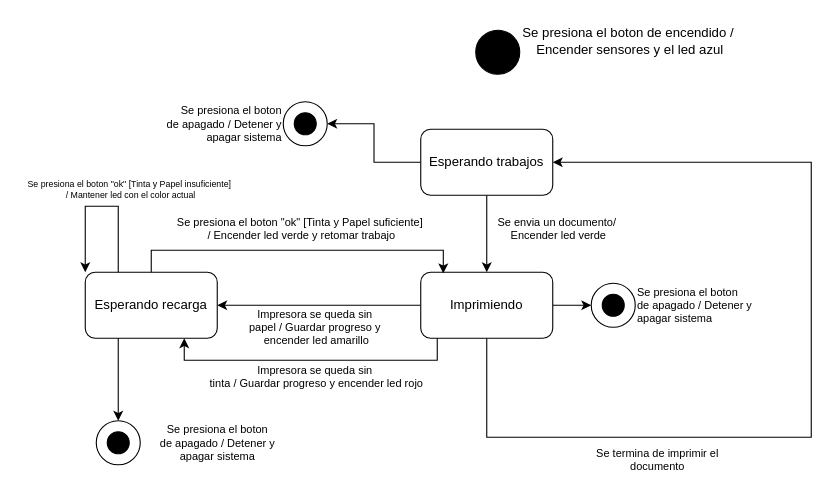
This is DTE /Ejercicio_Adicional_2.drawio from imnotsetro/IDS-1, a draw.io file, before an edit. Source tidied: cells renumbered, new cells numbered last; positions are measured from the earlier drawing's top-left corner, leaving out a move shared by most shapes. Both pictures are drawn from the tidied source at 110%, with x=0, y=0 at pixel (19, 19).
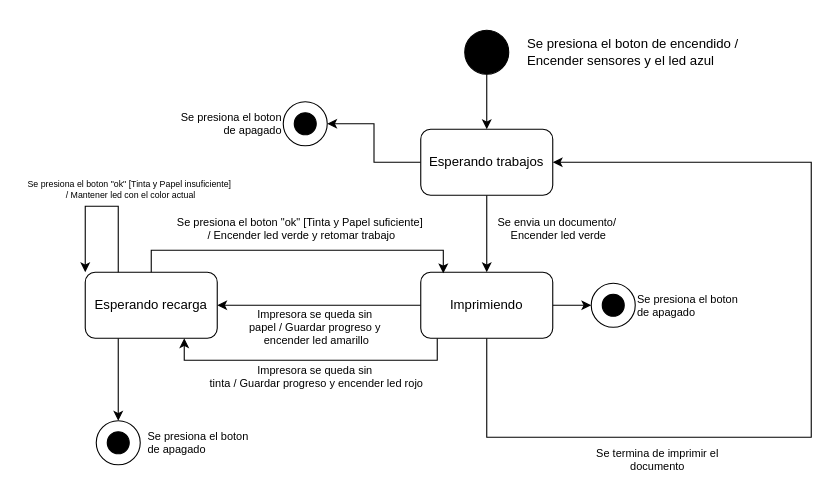
The same diagram, later.

Unchanged cells that the change refers to:
```xml
<mxCell id="4" value="Esperando trabajos" style="rounded=1;whiteSpace=wrap;html=1;" parent="1" vertex="1">
  <mxGeometry x="365" y="100" width="120" height="60" as="geometry" />
</mxCell>
```

Diff of the diagram source:
```diff
@@
-    <mxCell id="5" value="&lt;div&gt;Se presiona el boton de encendido /&amp;nbsp;&lt;/div&gt;&lt;div&gt;Encender sensores y el led azul&lt;/div&gt;" style="text;html=1;align=center;verticalAlign=middle;strokeColor=none;fillColor=none;" parent="1" vertex="1">
-      <mxGeometry x="445" width="220" height="40" as="geometry" />
+    <mxCell id="5" value="&lt;div&gt;Se presiona el boton de encendido /&amp;nbsp;&lt;/div&gt;&lt;div&gt;Encender sensores y el led azul&lt;/div&gt;" style="text;html=1;align=left;verticalAlign=middle;strokeColor=none;fillColor=none;" parent="1" vertex="1">
+      <mxGeometry x="460" y="10" width="220" height="40" as="geometry" />
     </mxCell>
@@
+    <mxCell id="33" style="edgeStyle=orthogonalEdgeStyle;rounded=0;jettySize=auto;html=1;" parent="1" edge="1" source="22" target="4">
+      <mxGeometry relative="1" as="geometry" />
+    </mxCell>
     <mxCell id="22" style="ellipse;whiteSpace=wrap;html=1;fillColor=#000000;" parent="1" vertex="1">
-      <mxGeometry x="415" y="10" width="40" height="40" as="geometry" />
+      <mxGeometry x="405" y="10" width="40" height="40" as="geometry" />
     </mxCell>
@@
-    <mxCell id="24" value="&lt;div&gt;Se presiona el boton&lt;/div&gt;&lt;div&gt;de apagado / Detener y&lt;/div&gt;&lt;div&gt;apagar sistema&lt;br&gt;&lt;/div&gt;" style="text;html=1;align=left;verticalAlign=middle;strokeColor=none;fillColor=none;fontSize=10;" parent="1" vertex="1">
-      <mxGeometry x="560" y="235" width="130" height="50" as="geometry" />
+    <mxCell id="24" value="&lt;div&gt;Se presiona el boton&lt;/div&gt;&lt;div&gt;de apagado&lt;br&gt;&lt;/div&gt;" style="text;html=1;align=left;verticalAlign=middle;strokeColor=none;fillColor=none;fontSize=10;" parent="1" vertex="1">
+      <mxGeometry x="560" y="240" width="120" height="40" as="geometry" />
     </mxCell>
-    <mxCell id="25" value="&lt;div&gt;Se presiona el boton&lt;/div&gt;&lt;div&gt;de apagado / Detener y&lt;/div&gt;&lt;div&gt;apagar sistema&lt;br&gt;&lt;/div&gt;" style="text;html=1;align=center;verticalAlign=middle;strokeColor=none;fillColor=none;fontSize=10;" parent="1" vertex="1">
-      <mxGeometry x="115" y="360" width="130" height="50" as="geometry" />
+    <mxCell id="25" value="&lt;div&gt;Se presiona el boton&lt;/div&gt;&lt;div&gt;de apagado&lt;br&gt;&lt;/div&gt;" style="text;html=1;align=left;verticalAlign=middle;strokeColor=none;fillColor=none;fontSize=10;" parent="1" vertex="1">
+      <mxGeometry x="115" y="365" width="120" height="40" as="geometry" />
     </mxCell>
@@
-    <mxCell id="29" value="&lt;div&gt;Se presiona el boton&lt;/div&gt;&lt;div&gt;de apagado / Detener y&lt;/div&gt;&lt;div&gt;apagar sistema&lt;br&gt;&lt;/div&gt;" style="text;html=1;align=right;verticalAlign=middle;strokeColor=none;fillColor=none;fontSize=10;" parent="1" vertex="1">
-      <mxGeometry x="110" y="70" width="130" height="50" as="geometry" />
+    <mxCell id="29" value="&lt;div&gt;Se presiona el boton&lt;/div&gt;&lt;div&gt;de apagado&lt;br&gt;&lt;/div&gt;" style="text;html=1;align=right;verticalAlign=middle;strokeColor=none;fillColor=none;fontSize=10;" parent="1" vertex="1">
+      <mxGeometry x="120" y="75" width="120" height="40" as="geometry" />
     </mxCell>
```
